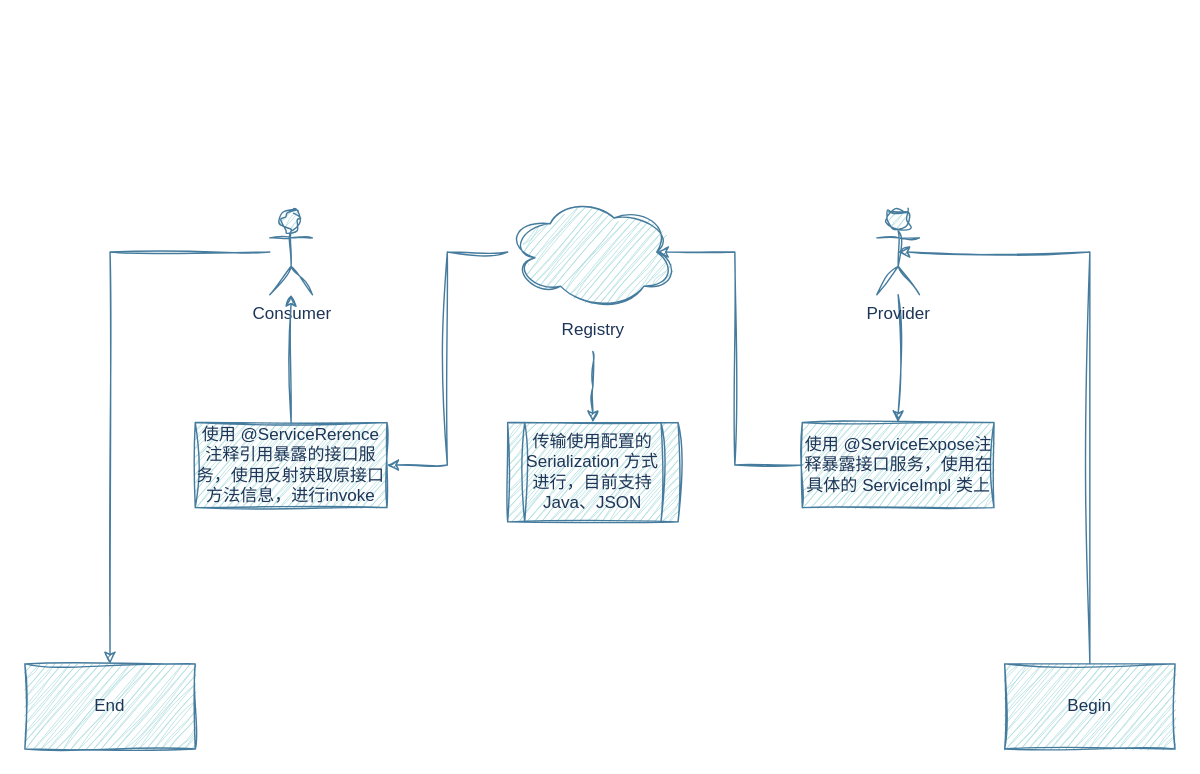
This is draw.io/my-rpc.drawio from RealBeBetter/image, a draw.io file, before an edit. Source tidied: cells renumbered, new cells numbered last; positions are measured from the earlier drawing's top-left corner, leaving out a move shared by most shapes. Both pictures are drawn from the tidied source at 142%, with x=0, y=0 at pixel (24, 195).
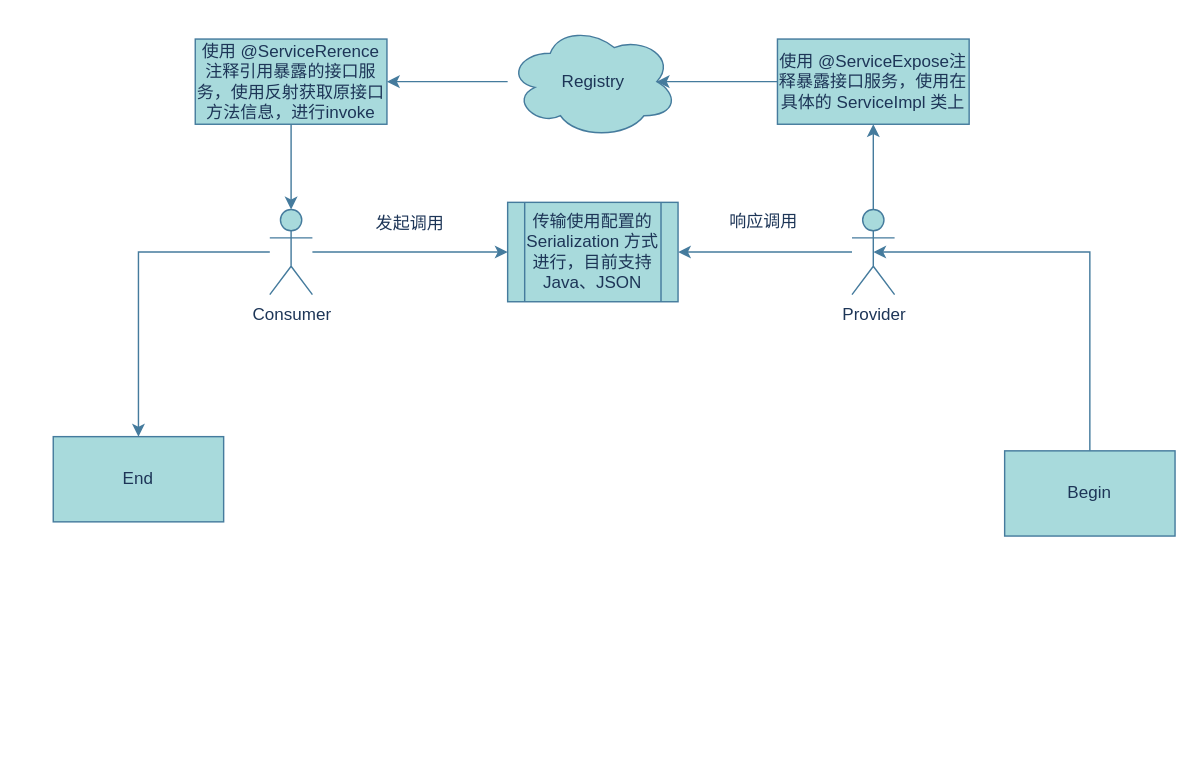
After the change.

What changed in the source:
```diff
@@
-    <mxCell id="2" style="edgeStyle=orthogonalEdgeStyle;rounded=0;jettySize=auto;html=1;entryX=0.5;entryY=0.5;entryDx=0;entryDy=0;entryPerimeter=0;labelBackgroundColor=none;fontColor=default;strokeColor=#457B9D;sketch=1;curveFitting=1;jiggle=2;" parent="1" edge="1" source="3" target="10">
+    <mxCell id="2" style="edgeStyle=orthogonalEdgeStyle;rounded=0;jettySize=auto;html=1;entryX=0.5;entryY=0.5;entryDx=0;entryDy=0;entryPerimeter=0;labelBackgroundColor=none;fontColor=default;strokeColor=#457B9D;fontSize=12;" parent="1" edge="1" source="3" target="10">
       <mxGeometry relative="1" as="geometry">
         <Array as="points">
           <mxPoint x="750" y="40" />
         </Array>
       </mxGeometry>
     </mxCell>
-    <mxCell id="3" value="Begin" style="rounded=0;whiteSpace=wrap;html=1;labelBackgroundColor=none;fillColor=#A8DADC;strokeColor=#457B9D;fontColor=#1D3557;sketch=1;curveFitting=1;jiggle=2;" parent="1" vertex="1">
-      <mxGeometry x="690" y="330" width="120" height="60" as="geometry" />
+    <mxCell id="3" value="Begin" style="rounded=0;whiteSpace=wrap;html=1;labelBackgroundColor=none;fillColor=#A8DADC;strokeColor=#457B9D;fontColor=#1D3557;fontSize=12;" parent="1" vertex="1">
+      <mxGeometry x="690" y="180" width="120" height="60" as="geometry" />
     </mxCell>
-    <mxCell id="4" style="edgeStyle=orthogonalEdgeStyle;rounded=0;jettySize=auto;html=1;entryX=0.875;entryY=0.5;entryDx=0;entryDy=0;entryPerimeter=0;labelBackgroundColor=none;fontColor=default;strokeColor=#457B9D;sketch=1;curveFitting=1;jiggle=2;" parent="1" edge="1" source="5" target="12">
+    <mxCell id="4" style="edgeStyle=orthogonalEdgeStyle;rounded=0;jettySize=auto;html=1;entryX=0.875;entryY=0.5;entryDx=0;entryDy=0;entryPerimeter=0;labelBackgroundColor=none;fontColor=default;strokeColor=#457B9D;exitX=0;exitY=0.5;exitDx=0;exitDy=0;fontSize=12;" parent="1" edge="1" source="5" target="12">
       <mxGeometry relative="1" as="geometry">
         <Array as="points">
-          <mxPoint x="500" y="190" />
-          <mxPoint x="500" y="40" />
+          <mxPoint x="530" y="-80" />
         </Array>
       </mxGeometry>
     </mxCell>
-    <mxCell id="5" value="使用 @ServiceExpose注释暴露接口服务，使用在具体的 ServiceImpl 类上" style="rounded=0;whiteSpace=wrap;html=1;labelBackgroundColor=none;fillColor=#A8DADC;strokeColor=#457B9D;fontColor=#1D3557;sketch=1;curveFitting=1;jiggle=2;" parent="1" vertex="1">
-      <mxGeometry x="547.5" y="160" width="135" height="60" as="geometry" />
+    <mxCell id="5" value="使用 @ServiceExpose注释暴露接口服务，使用在具体的 ServiceImpl 类上" style="rounded=0;whiteSpace=wrap;html=1;labelBackgroundColor=none;fillColor=#A8DADC;strokeColor=#457B9D;fontColor=#1D3557;fontSize=12;" parent="1" vertex="1">
+      <mxGeometry x="530" y="-110" width="135" height="60" as="geometry" />
     </mxCell>
-    <mxCell id="6" value="End" style="rounded=0;whiteSpace=wrap;html=1;labelBackgroundColor=none;fillColor=#A8DADC;strokeColor=#457B9D;fontColor=#1D3557;sketch=1;curveFitting=1;jiggle=2;" parent="1" vertex="1">
-      <mxGeometry y="330" width="120" height="60" as="geometry" />
+    <mxCell id="6" value="End" style="rounded=0;whiteSpace=wrap;html=1;labelBackgroundColor=none;fillColor=#A8DADC;strokeColor=#457B9D;fontColor=#1D3557;fontSize=12;" parent="1" vertex="1">
+      <mxGeometry x="20" y="170" width="120" height="60" as="geometry" />
     </mxCell>
-    <mxCell id="7" style="edgeStyle=orthogonalEdgeStyle;rounded=0;jettySize=auto;html=1;labelBackgroundColor=none;fontColor=default;strokeColor=#457B9D;sketch=1;curveFitting=1;jiggle=2;" parent="1" edge="1" source="8" target="6">
+    <mxCell id="7" style="edgeStyle=orthogonalEdgeStyle;rounded=0;jettySize=auto;html=1;labelBackgroundColor=none;fontColor=default;strokeColor=#457B9D;fontSize=12;" parent="1" edge="1" source="8" target="6">
       <mxGeometry relative="1" as="geometry" />
     </mxCell>
+    <mxCell id="18" style="edgeStyle=orthogonalEdgeStyle;rounded=0;sketch=0;hachureGap=4;jiggle=2;curveFitting=1;jettySize=auto;html=1;entryX=0;entryY=0.5;entryDx=0;entryDy=0;fontFamily=Architects Daughter;fontSize=12;labelBackgroundColor=none;strokeColor=#457B9D;fontColor=default;" parent="1" edge="1" source="8" target="17">
+      <mxGeometry relative="1" as="geometry" />
+    </mxCell>
+    <mxCell id="19" value="发起调用" style="edgeLabel;html=1;align=center;verticalAlign=middle;fontSize=12;fontFamily=Architects Daughter;labelBackgroundColor=none;fontColor=#1D3557;" parent="18" vertex="1">
+      <mxGeometry x="0.13" y="9" relative="1" as="geometry">
+        <mxPoint x="-10" y="-11" as="offset" />
+      </mxGeometry>
+    </mxCell>
-    <mxCell id="8" value="Consumer" style="shape=umlActor;verticalLabelPosition=bottom;verticalAlign=top;html=1;labelBackgroundColor=none;rounded=0;fillColor=#A8DADC;strokeColor=#457B9D;fontColor=#1D3557;sketch=1;curveFitting=1;jiggle=2;" parent="1" vertex="1">
+    <mxCell id="8" value="Consumer" style="shape=umlActor;verticalLabelPosition=bottom;verticalAlign=top;html=1;labelBackgroundColor=none;rounded=0;fillColor=#A8DADC;strokeColor=#457B9D;fontColor=#1D3557;fontSize=12;" parent="1" vertex="1">
       <mxGeometry x="172.5" y="10" width="30" height="60" as="geometry" />
     </mxCell>
-    <mxCell id="9" style="edgeStyle=orthogonalEdgeStyle;rounded=0;jettySize=auto;html=1;entryX=0.5;entryY=0;entryDx=0;entryDy=0;labelBackgroundColor=none;fontColor=default;strokeColor=#457B9D;sketch=1;curveFitting=1;jiggle=2;" parent="1" edge="1" source="10" target="5">
+    <mxCell id="9" style="edgeStyle=orthogonalEdgeStyle;rounded=0;hachureGap=4;jettySize=auto;html=1;entryX=0.5;entryY=1;entryDx=0;entryDy=0;fontFamily=Architects Daughter;fontSize=12;labelBackgroundColor=none;strokeColor=#457B9D;fontColor=default;" parent="1" edge="1" source="10" target="5">
       <mxGeometry relative="1" as="geometry" />
     </mxCell>
+    <mxCell id="20" style="edgeStyle=orthogonalEdgeStyle;rounded=0;sketch=0;hachureGap=4;jiggle=2;curveFitting=1;jettySize=auto;html=1;entryX=1;entryY=0.5;entryDx=0;entryDy=0;fontFamily=Architects Daughter;fontSize=12;labelBackgroundColor=none;strokeColor=#457B9D;fontColor=default;" parent="1" edge="1" source="10" target="17">
+      <mxGeometry relative="1" as="geometry" />
+    </mxCell>
-    <mxCell id="10" value="Provider" style="shape=umlActor;verticalLabelPosition=bottom;verticalAlign=top;html=1;labelBackgroundColor=none;rounded=0;fillColor=#A8DADC;strokeColor=#457B9D;fontColor=#1D3557;sketch=1;curveFitting=1;jiggle=2;" parent="1" vertex="1">
-      <mxGeometry x="600" y="10" width="30" height="60" as="geometry" />
+    <mxCell id="10" value="Provider" style="shape=umlActor;verticalLabelPosition=bottom;verticalAlign=top;html=1;labelBackgroundColor=none;rounded=0;fillColor=#A8DADC;strokeColor=#457B9D;fontColor=#1D3557;fontSize=12;" parent="1" vertex="1">
+      <mxGeometry x="582.5" y="10" width="30" height="60" as="geometry" />
     </mxCell>
-    <mxCell id="11" style="edgeStyle=orthogonalEdgeStyle;rounded=0;jettySize=auto;html=1;entryX=1;entryY=0.5;entryDx=0;entryDy=0;labelBackgroundColor=none;fontColor=default;strokeColor=#457B9D;sketch=1;curveFitting=1;jiggle=2;" parent="1" edge="1" source="12" target="16">
+    <mxCell id="11" style="edgeStyle=orthogonalEdgeStyle;rounded=0;jettySize=auto;html=1;entryX=1;entryY=0.5;entryDx=0;entryDy=0;labelBackgroundColor=none;fontColor=default;strokeColor=#457B9D;fontSize=12;" parent="1" edge="1" source="12" target="16">
       <mxGeometry relative="1" as="geometry" />
     </mxCell>
-    <mxCell id="12" style="ellipse;shape=cloud;whiteSpace=wrap;html=1;labelBackgroundColor=none;rounded=0;fillColor=#A8DADC;strokeColor=#457B9D;fontColor=#1D3557;sketch=1;curveFitting=1;jiggle=2;" parent="1" vertex="1">
-      <mxGeometry x="340" width="120" height="80" as="geometry" />
+    <mxCell id="12" style="ellipse;shape=cloud;whiteSpace=wrap;html=1;labelBackgroundColor=none;rounded=0;fillColor=#A8DADC;strokeColor=#457B9D;fontColor=#1D3557;fontSize=12;" parent="1" vertex="1">
+      <mxGeometry x="340" y="-120" width="120" height="80" as="geometry" />
     </mxCell>
-    <mxCell id="13" style="edgeStyle=orthogonalEdgeStyle;rounded=0;jettySize=auto;html=1;entryX=0.5;entryY=1;entryDx=0;entryDy=0;labelBackgroundColor=none;fontColor=default;strokeColor=#457B9D;sketch=1;curveFitting=1;jiggle=2;" parent="1" edge="1" source="14">
-      <mxGeometry relative="1" as="geometry">
-        <mxPoint x="400" y="160" as="targetPoint" />
-      </mxGeometry>
-    </mxCell>
-    <mxCell id="14" value="Registry" style="text;html=1;align=center;verticalAlign=middle;points=[];strokeColor=none;fillColor=none;labelBackgroundColor=none;rounded=0;fontColor=#1D3557;sketch=1;curveFitting=1;jiggle=2;" parent="1" vertex="1">
-      <mxGeometry x="365" y="80" width="70" height="30" as="geometry" />
+    <mxCell id="14" value="Registry" style="text;html=1;align=center;verticalAlign=middle;points=[];strokeColor=none;fillColor=none;labelBackgroundColor=none;rounded=0;fontColor=#1D3557;fontSize=12;" parent="1" vertex="1">
+      <mxGeometry x="365" y="-95" width="70" height="30" as="geometry" />
     </mxCell>
-    <mxCell id="15" style="edgeStyle=orthogonalEdgeStyle;rounded=0;jettySize=auto;html=1;labelBackgroundColor=none;fontColor=default;strokeColor=#457B9D;sketch=1;curveFitting=1;jiggle=2;" parent="1" edge="1" source="16" target="8">
+    <mxCell id="15" style="edgeStyle=orthogonalEdgeStyle;rounded=0;jettySize=auto;html=1;labelBackgroundColor=none;fontColor=default;strokeColor=#457B9D;fontSize=12;" parent="1" edge="1" source="16" target="8">
       <mxGeometry relative="1" as="geometry" />
     </mxCell>
-    <mxCell id="16" value="使用 @ServiceRerence注释引用暴露的接口服务，使用反射获取原接口方法信息，进行invoke" style="rounded=0;whiteSpace=wrap;html=1;labelBackgroundColor=none;fillColor=#A8DADC;strokeColor=#457B9D;fontColor=#1D3557;sketch=1;curveFitting=1;jiggle=2;" parent="1" vertex="1">
-      <mxGeometry x="120" y="160" width="135" height="60" as="geometry" />
+    <mxCell id="16" value="使用 @ServiceRerence注释引用暴露的接口服务，使用反射获取原接口方法信息，进行invoke" style="rounded=0;whiteSpace=wrap;html=1;labelBackgroundColor=none;fillColor=#A8DADC;strokeColor=#457B9D;fontColor=#1D3557;fontSize=12;" parent="1" vertex="1">
+      <mxGeometry x="120" y="-110" width="135" height="60" as="geometry" />
     </mxCell>
-    <mxCell id="17" value="传输使用配置的 Serialization 方式进行，目前支持 Java、JSON" style="shape=process;whiteSpace=wrap;html=1;backgroundOutline=1;labelBackgroundColor=none;rounded=0;fillColor=#A8DADC;strokeColor=#457B9D;fontColor=#1D3557;sketch=1;curveFitting=1;jiggle=2;" parent="1" vertex="1">
-      <mxGeometry x="340" y="160" width="120" height="70" as="geometry" />
+    <mxCell id="17" value="传输使用配置的 Serialization 方式进行，目前支持 Java、JSON" style="shape=process;whiteSpace=wrap;html=1;backgroundOutline=1;labelBackgroundColor=none;rounded=0;fillColor=#A8DADC;strokeColor=#457B9D;fontColor=#1D3557;fontSize=12;" parent="1" vertex="1">
+      <mxGeometry x="340" y="5" width="120" height="70" as="geometry" />
     </mxCell>
+    <mxCell id="21" value="响应调用" style="text;html=1;align=center;verticalAlign=middle;strokeColor=none;fillColor=none;fontSize=12;fontFamily=Architects Daughter;labelBackgroundColor=none;fontColor=#1D3557;" parent="1" vertex="1">
+      <mxGeometry x="485" y="5" width="70" height="30" as="geometry" />
+    </mxCell>
```
